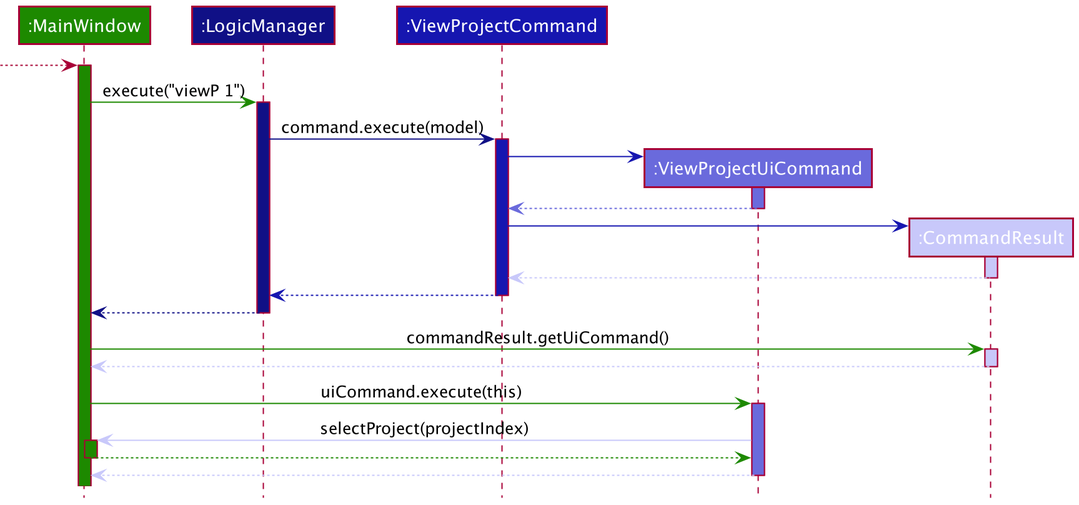
The PlantUML diagram docs/images/ViewProjectCommandSequenceDiagram.png in nus-cs2103-AY2021S2/tp, before a commit.
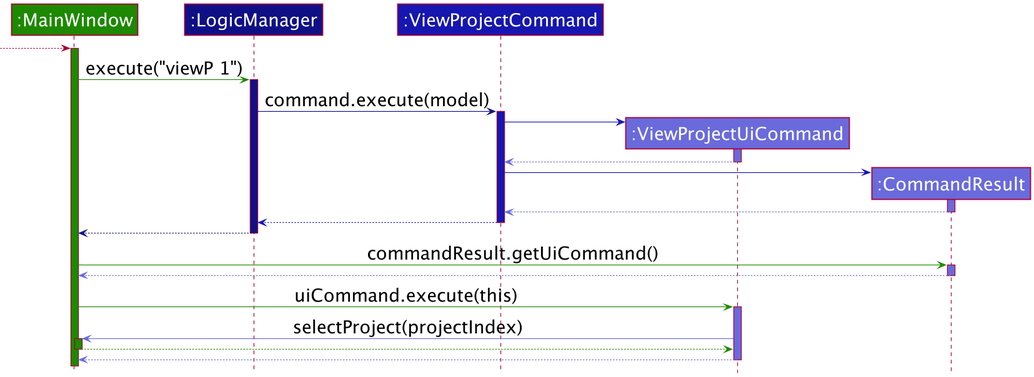
Later version of the same file.

The edit, as a diff of the source:
```diff
@@ -1,11 +1,12 @@
 @startuml
 !include style.puml
+skinparam defaultFontSize 24
 
 Participant ":MainWindow" as mainWindow UI_COLOR
 Participant ":LogicManager" as logic LOGIC_COLOR_T4
 Participant ":ViewProjectCommand" as command LOGIC_COLOR_T3
 Participant ":ViewProjectUiCommand" as uiCommand LOGIC_COLOR_T2
-Participant ":CommandResult" as commandResult LOGIC_COLOR_T1
+Participant ":CommandResult" as commandResult LOGIC_COLOR_T2
 
 
 --> mainWindow
@@ -26,9 +27,9 @@
 
 create commandResult
 command -[LOGIC_COLOR_T3]> commandResult
-activate commandResult LOGIC_COLOR_T1
+activate commandResult LOGIC_COLOR_T2
 
-commandResult --[LOGIC_COLOR_T1]> command
+commandResult --[LOGIC_COLOR_T2]> command
 deactivate commandResult
 
 command -[LOGIC_COLOR_T3]-> logic
@@ -38,20 +39,20 @@
 deactivate logic
 
 mainWindow -[UI_COLOR]> commandResult : commandResult.getUiCommand()
-activate commandResult LOGIC_COLOR_T1
+activate commandResult LOGIC_COLOR_T2
 
-commandResult --[LOGIC_COLOR_T1]> mainWindow
+commandResult --[LOGIC_COLOR_T2]> mainWindow
 deactivate commandResult
 
 mainWindow -[UI_COLOR]> uiCommand : uiCommand.execute(this)
 activate uiCommand LOGIC_COLOR_T2
 
-uiCommand -[LOGIC_COLOR_T1]> mainWindow : selectProject(projectIndex)
+uiCommand -[LOGIC_COLOR_T2]> mainWindow : selectProject(projectIndex)
 activate mainWindow UI_COLOR
 
 mainWindow --[UI_COLOR]> uiCommand
 deactivate mainWindow
 
-uiCommand --[LOGIC_COLOR_T1]> mainWindow
+uiCommand --[LOGIC_COLOR_T2]> mainWindow
 deactivate uiCommand
 @enduml
```
